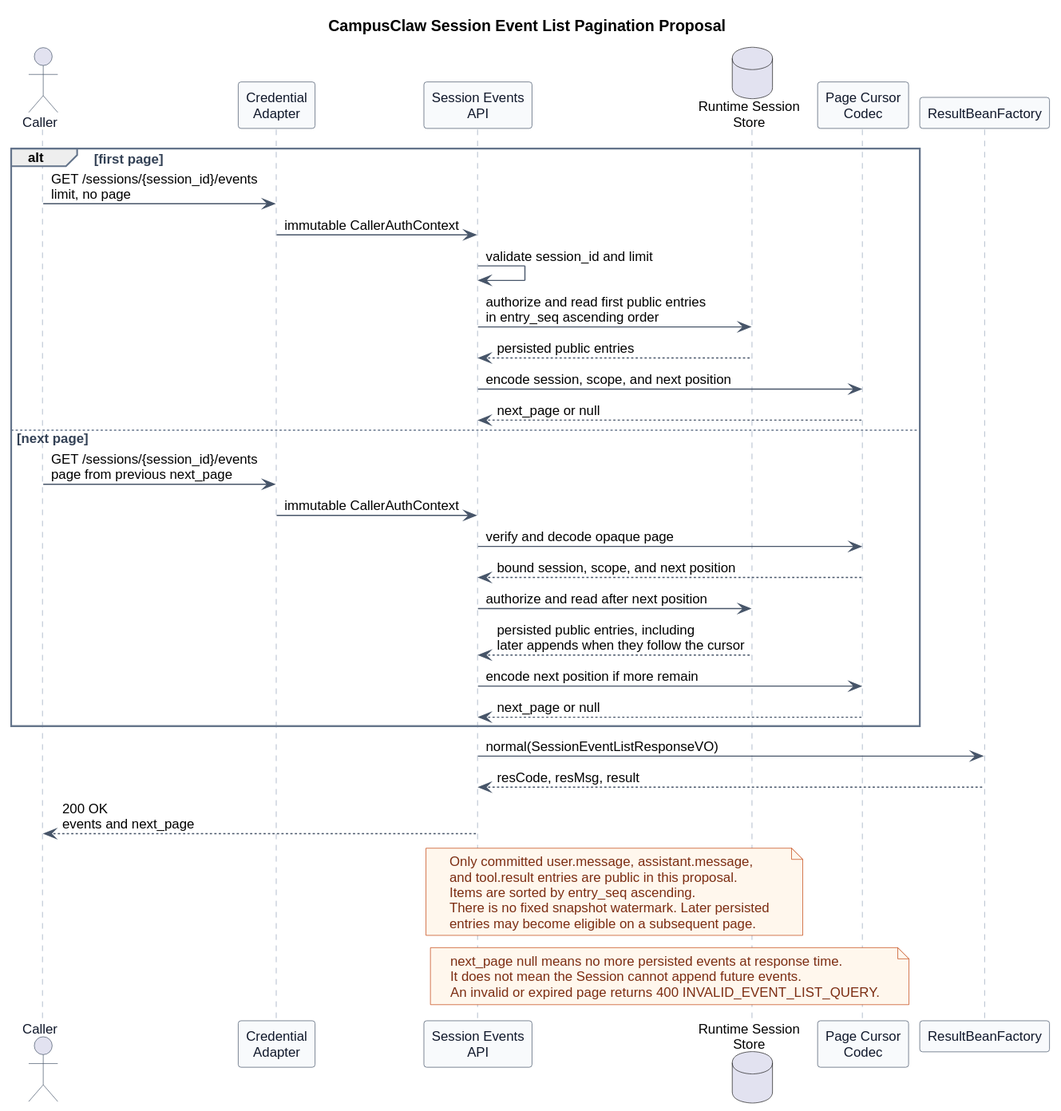
Above: pi-mono-java-manager-driven-multi-agent-runtime/http_session_event_list.svg in ssm0808/pi-mono-java-design (PlantUML), before the change.
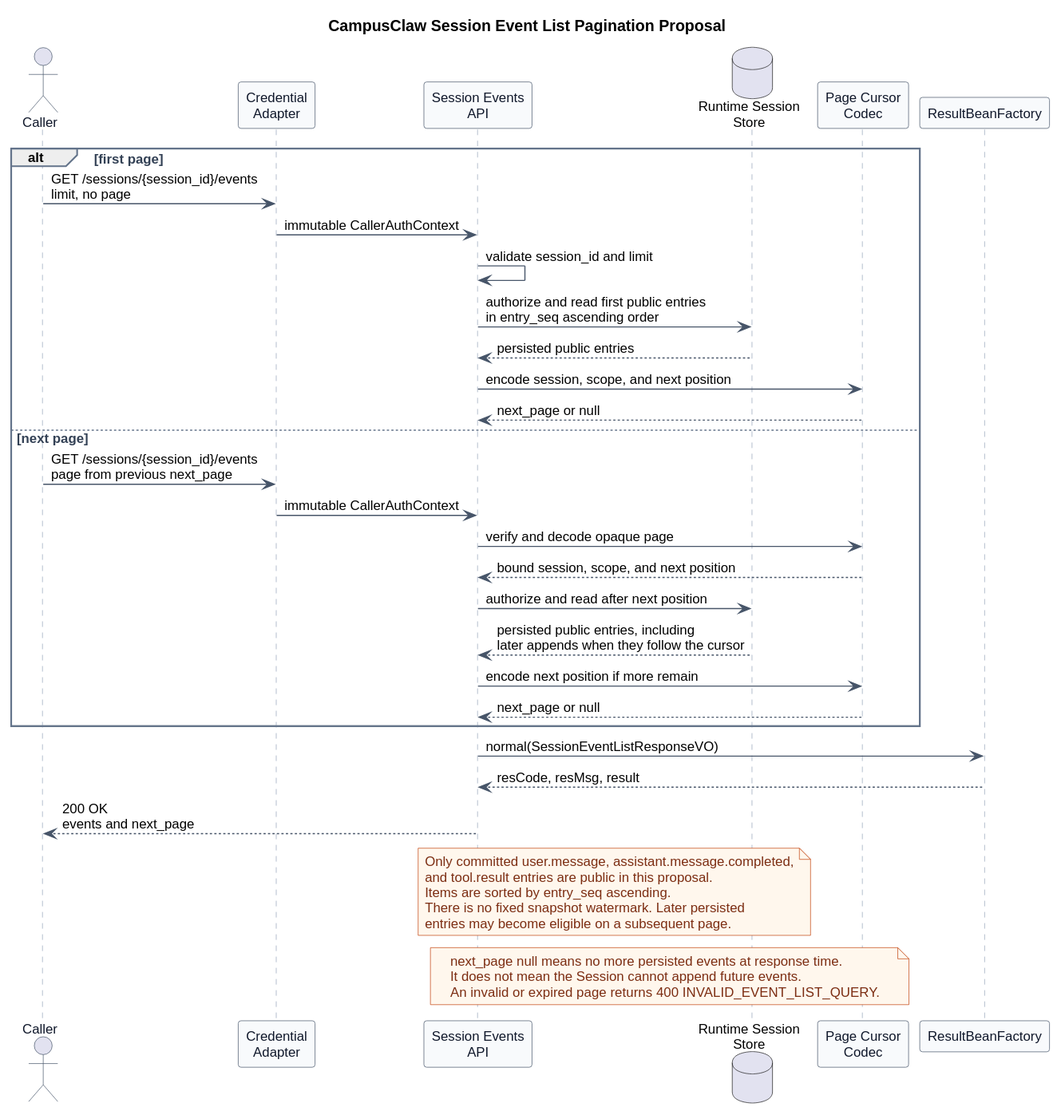
Later version of the same file.

Commit message:
docs(api): align persisted session events

Change to the diagram source:
```diff
@@ -55,7 +55,7 @@
 API --> Caller : 200 OK\nevents and next_page
 
 note over API,Store
-Only committed user.message, assistant.message,
+Only committed user.message, assistant.message.completed,
 and tool.result entries are public in this proposal.
 Items are sorted by entry_seq ascending.
 There is no fixed snapshot watermark. Later persisted
```
